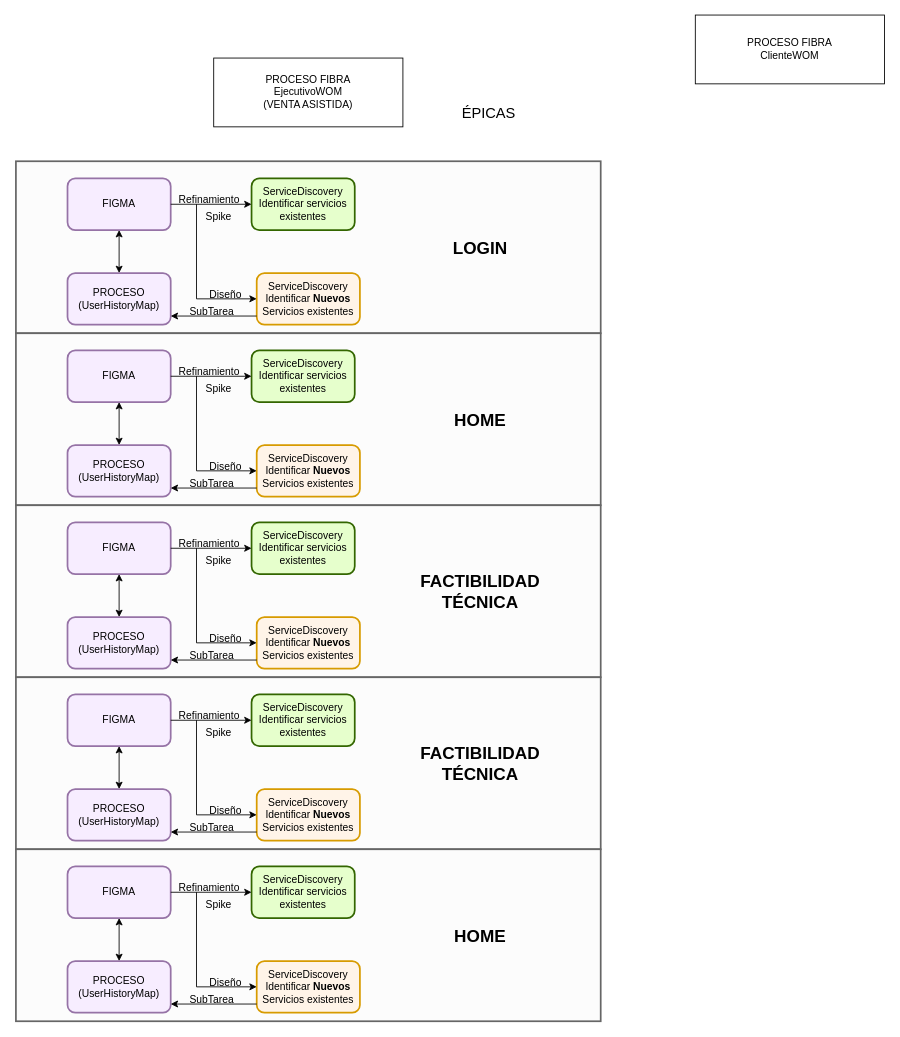
linosnt/womCX keeps this draw.io diagram as page "Fibra-DiscoveryService" (2 of 2) of estrategia.drawio. Above is the earlier version. Source tidied: cells renumbered, new cells numbered last; positions are measured from the earlier drawing's top-left corner, leaving out a move shared by most shapes. Both pictures are drawn from the tidied source at 86%, with x=0, y=0 at pixel (15, 15).
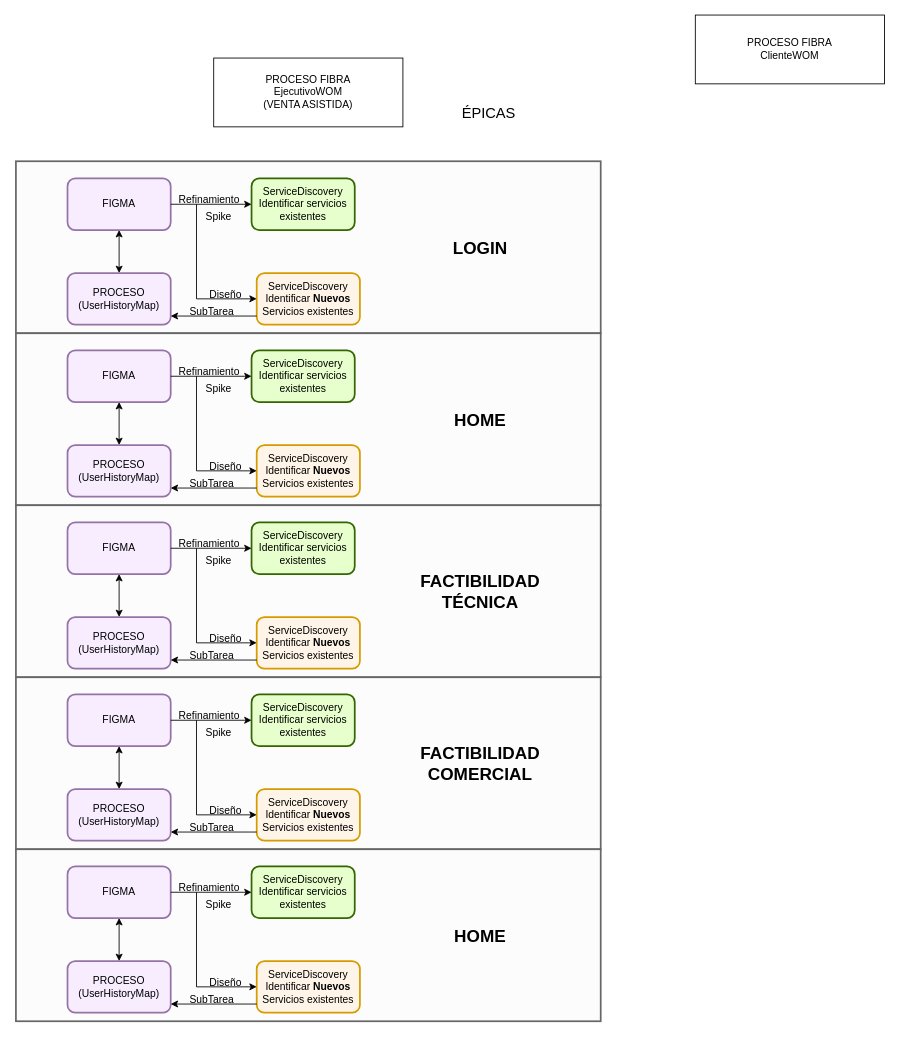
After the change.

Diff of the diagram source:
```diff
@@
-    <mxCell id="74" value="&lt;div&gt;&lt;font size=&quot;1&quot;&gt;&lt;b style=&quot;font-size: 20px;&quot;&gt;FACTIBILIDAD&lt;/b&gt;&lt;/font&gt;&lt;/div&gt;&lt;div&gt;&lt;font size=&quot;1&quot;&gt;&lt;b style=&quot;font-size: 20px;&quot;&gt;TÉCNICA&lt;br&gt;&lt;/b&gt;&lt;/font&gt;&lt;/div&gt;" style="text;html=1;strokeColor=none;fillColor=none;align=center;verticalAlign=middle;whiteSpace=wrap;rounded=0;" parent="1" vertex="1">
+    <mxCell id="74" value="&lt;div&gt;&lt;font size=&quot;1&quot;&gt;&lt;b style=&quot;font-size: 20px;&quot;&gt;FACTIBILIDAD&lt;/b&gt;&lt;/font&gt;&lt;/div&gt;&lt;div align=&quot;center&quot;&gt;&lt;font size=&quot;1&quot;&gt;&lt;b style=&quot;font-size: 20px;&quot;&gt;COMERCIAL&lt;/b&gt;&lt;/font&gt;&lt;/div&gt;" style="text;html=1;strokeColor=none;fillColor=none;align=center;verticalAlign=middle;whiteSpace=wrap;rounded=0;" parent="1" vertex="1">
       <mxGeometry x="510" y="855" width="60" height="30" as="geometry" />
     </mxCell>
```
